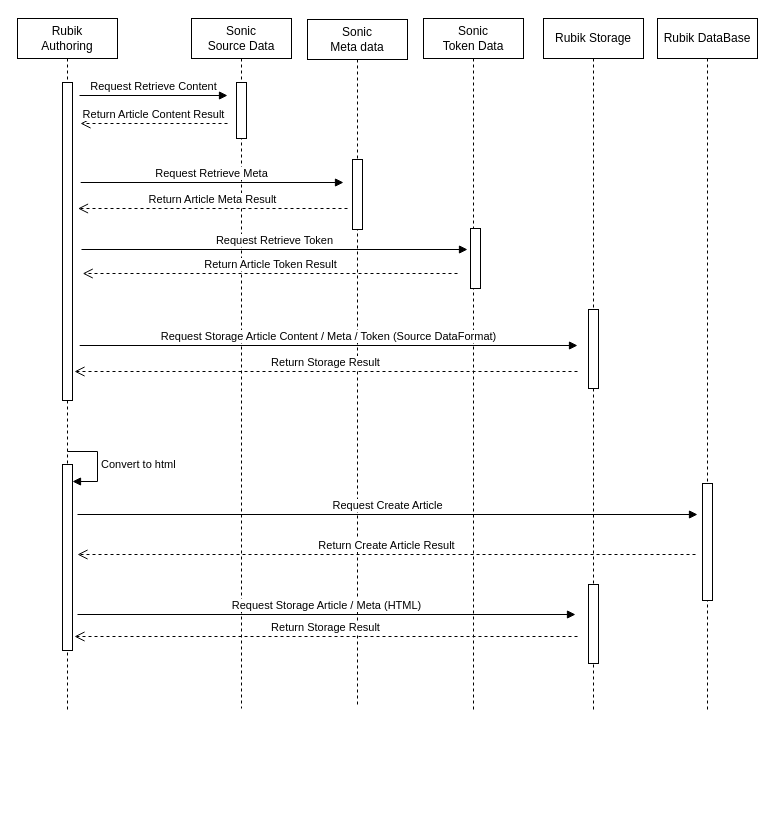
Above: page "Page-15" (15 of 16) of 2.drawio in hy986/Repo_0110 (draw.io), before the change. Source tidied: cells renumbered, new cells numbered last; positions are measured from the earlier drawing's top-left corner, leaving out a move shared by most shapes. Both pictures are drawn from the tidied source at 100%, with x=0, y=0 at pixel (17, 18).
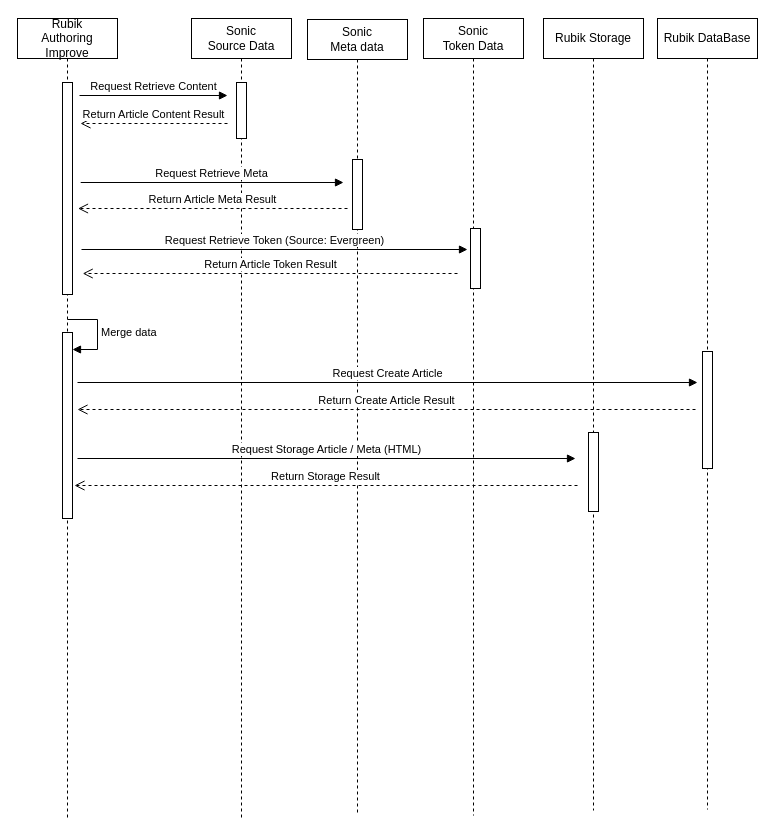
The same page after the edit.

What changed in the source:
```diff
@@
-    <mxCell id="2" value="Rubik&lt;br&gt;Authoring" style="shape=umlLifeline;perimeter=lifelinePerimeter;whiteSpace=wrap;html=1;newEdgeStyle={&quot;edgeStyle&quot;:&quot;elbowEdgeStyle&quot;,&quot;elbow&quot;:&quot;vertical&quot;,&quot;curved&quot;:0,&quot;rounded&quot;:0};" parent="1" vertex="1">
-      <mxGeometry width="100" height="691" as="geometry" />
+    <mxCell id="2" value="Rubik&lt;br&gt;Authoring Improve" style="shape=umlLifeline;perimeter=lifelinePerimeter;whiteSpace=wrap;html=1;newEdgeStyle={&quot;edgeStyle&quot;:&quot;elbowEdgeStyle&quot;,&quot;elbow&quot;:&quot;vertical&quot;,&quot;curved&quot;:0,&quot;rounded&quot;:0};" parent="1" vertex="1">
+      <mxGeometry width="100" height="801" as="geometry" />
     </mxCell>
     <mxCell id="3" style="html=1;perimeter=orthogonalPerimeter;targetShapes=umlLifeline;newEdgeStyle={&quot;curved&quot;:0,&quot;rounded&quot;:0};" parent="2" vertex="1">
-      <mxGeometry x="45" y="64" width="10" height="318" as="geometry" />
+      <mxGeometry x="45" y="64" width="10" height="212" as="geometry" />
     </mxCell>
     <mxCell id="4" style="html=1;perimeter=orthogonalPerimeter;targetShapes=umlLifeline;newEdgeStyle={&quot;curved&quot;:0,&quot;rounded&quot;:0};" parent="2" vertex="1">
-      <mxGeometry x="45" y="446" width="10" height="186" as="geometry" />
+      <mxGeometry x="45" y="314" width="10" height="186" as="geometry" />
     </mxCell>
-    <mxCell id="5" value="Convert to html" style="html=1;align=left;spacingLeft=2;endArrow=block;rounded=0;edgeStyle=orthogonalEdgeStyle;curved=0;rounded=0;" parent="2" edge="1">
-      <mxGeometry relative="1" as="geometry">
-        <mxPoint x="50" y="433" as="sourcePoint" />
-        <mxPoint x="55" y="463" as="targetPoint" />
+    <mxCell id="5" value="Merge data" style="html=1;align=left;spacingLeft=2;endArrow=block;rounded=0;edgeStyle=orthogonalEdgeStyle;curved=0;rounded=0;" parent="2" edge="1">
+      <mxGeometry x="0.01" relative="1" as="geometry">
+        <mxPoint x="50" y="301" as="sourcePoint" />
+        <mxPoint x="55" y="331" as="targetPoint" />
         <Array as="points">
-          <mxPoint x="80" y="433" />
-          <mxPoint x="80" y="463" />
+          <mxPoint x="80" y="301" />
+          <mxPoint x="80" y="331" />
         </Array>
       </mxGeometry>
     </mxCell>
     <mxCell id="6" value="Sonic&lt;div&gt;Source Data&lt;/div&gt;" style="shape=umlLifeline;perimeter=lifelinePerimeter;whiteSpace=wrap;html=1;newEdgeStyle={&quot;edgeStyle&quot;:&quot;elbowEdgeStyle&quot;,&quot;elbow&quot;:&quot;vertical&quot;,&quot;curved&quot;:0,&quot;rounded&quot;:0};" parent="1" vertex="1">
-      <mxGeometry x="174" width="100" height="690" as="geometry" />
+      <mxGeometry x="174" width="100" height="799" as="geometry" />
     </mxCell>
@@
     <mxCell id="8" value="Sonic&lt;br&gt;Token Data" style="shape=umlLifeline;perimeter=lifelinePerimeter;whiteSpace=wrap;html=1;newEdgeStyle={&quot;edgeStyle&quot;:&quot;elbowEdgeStyle&quot;,&quot;elbow&quot;:&quot;vertical&quot;,&quot;curved&quot;:0,&quot;rounded&quot;:0};" parent="1" vertex="1">
-      <mxGeometry x="406" width="100" height="691" as="geometry" />
+      <mxGeometry x="406" width="100" height="797" as="geometry" />
     </mxCell>
@@
     <mxCell id="10" value="Rubik Storage" style="shape=umlLifeline;perimeter=lifelinePerimeter;whiteSpace=wrap;html=1;newEdgeStyle={&quot;edgeStyle&quot;:&quot;elbowEdgeStyle&quot;,&quot;elbow&quot;:&quot;vertical&quot;,&quot;curved&quot;:0,&quot;rounded&quot;:0};" parent="1" vertex="1">
-      <mxGeometry x="526" width="100" height="693" as="geometry" />
+      <mxGeometry x="526" width="100" height="792" as="geometry" />
     </mxCell>
-    <mxCell id="11" style="html=1;perimeter=orthogonalPerimeter;targetShapes=umlLifeline;newEdgeStyle={&quot;curved&quot;:0,&quot;rounded&quot;:0};" parent="10" vertex="1">
-      <mxGeometry x="45" y="291" width="10" height="79" as="geometry" />
-    </mxCell>
     <mxCell id="12" style="html=1;perimeter=orthogonalPerimeter;targetShapes=umlLifeline;newEdgeStyle={&quot;curved&quot;:0,&quot;rounded&quot;:0};" parent="10" vertex="1">
-      <mxGeometry x="45" y="566" width="10" height="79" as="geometry" />
+      <mxGeometry x="45" y="414" width="10" height="79" as="geometry" />
     </mxCell>
     <mxCell id="13" value="Sonic&lt;br&gt;Meta data" style="shape=umlLifeline;perimeter=lifelinePerimeter;whiteSpace=wrap;html=1;newEdgeStyle={&quot;edgeStyle&quot;:&quot;elbowEdgeStyle&quot;,&quot;elbow&quot;:&quot;vertical&quot;,&quot;curved&quot;:0,&quot;rounded&quot;:0};" parent="1" vertex="1">
-      <mxGeometry x="290" y="1" width="100" height="687" as="geometry" />
+      <mxGeometry x="290" y="1" width="100" height="796" as="geometry" />
     </mxCell>
@@
-    <mxCell id="18" value="Request Retrieve Token" style="html=1;verticalAlign=bottom;endArrow=block;curved=0;rounded=0;" parent="1" edge="1">
+    <mxCell id="18" value="Request Retrieve Token (Source: Evergreen)" style="html=1;verticalAlign=bottom;endArrow=block;curved=0;rounded=0;" parent="1" edge="1">
       <mxGeometry relative="1" as="geometry">
         <mxPoint x="64" y="231" as="sourcePoint" />
         <mxPoint x="450" y="231" as="targetPoint" />
       </mxGeometry>
     </mxCell>
@@
-    <mxCell id="21" value="Request Storage Article Content / Meta / Token (Source DataFormat)" style="html=1;verticalAlign=bottom;endArrow=block;curved=0;rounded=0;" parent="1" edge="1">
-      <mxGeometry relative="1" as="geometry">
-        <mxPoint x="62.2" y="327" as="sourcePoint" />
-        <mxPoint x="560" y="327" as="targetPoint" />
-      </mxGeometry>
-    </mxCell>
-    <mxCell id="22" value="Return Storage Result" style="html=1;verticalAlign=bottom;endArrow=open;dashed=1;endSize=8;curved=0;rounded=0;" parent="1" edge="1">
-      <mxGeometry relative="1" as="geometry">
-        <mxPoint x="560" y="353" as="sourcePoint" />
-        <mxPoint x="57" y="353" as="targetPoint" />
-      </mxGeometry>
-    </mxCell>
     <mxCell id="23" value="Rubik DataBase" style="shape=umlLifeline;perimeter=lifelinePerimeter;whiteSpace=wrap;html=1;newEdgeStyle={&quot;edgeStyle&quot;:&quot;elbowEdgeStyle&quot;,&quot;elbow&quot;:&quot;vertical&quot;,&quot;curved&quot;:0,&quot;rounded&quot;:0};" parent="1" vertex="1">
-      <mxGeometry x="640" width="100" height="693" as="geometry" />
+      <mxGeometry x="640" width="100" height="791" as="geometry" />
     </mxCell>
     <mxCell id="24" style="html=1;perimeter=orthogonalPerimeter;targetShapes=umlLifeline;newEdgeStyle={&quot;curved&quot;:0,&quot;rounded&quot;:0};" parent="23" vertex="1">
-      <mxGeometry x="45" y="465" width="10" height="117" as="geometry" />
+      <mxGeometry x="45" y="333" width="10" height="117" as="geometry" />
     </mxCell>
     <mxCell id="25" value="Request Create Article" style="html=1;verticalAlign=bottom;endArrow=block;curved=0;rounded=0;" parent="1" edge="1">
       <mxGeometry relative="1" as="geometry">
-        <mxPoint x="60" y="496" as="sourcePoint" />
-        <mxPoint x="680" y="496" as="targetPoint" />
+        <mxPoint x="60" y="364" as="sourcePoint" />
+        <mxPoint x="680" y="364" as="targetPoint" />
       </mxGeometry>
     </mxCell>
     <mxCell id="26" value="Return Create Article Result" style="html=1;verticalAlign=bottom;endArrow=open;dashed=1;endSize=8;curved=0;rounded=0;" parent="1" edge="1">
       <mxGeometry relative="1" as="geometry">
-        <mxPoint x="678" y="536" as="sourcePoint" />
-        <mxPoint x="60" y="536" as="targetPoint" />
+        <mxPoint x="678" y="391" as="sourcePoint" />
+        <mxPoint x="60" y="391" as="targetPoint" />
       </mxGeometry>
     </mxCell>
     <mxCell id="27" value="Request Storage Article / Meta (HTML)" style="html=1;verticalAlign=bottom;endArrow=block;curved=0;rounded=0;" parent="1" edge="1">
       <mxGeometry relative="1" as="geometry">
-        <mxPoint x="60" y="596" as="sourcePoint" />
-        <mxPoint x="558" y="596" as="targetPoint" />
+        <mxPoint x="60" y="440" as="sourcePoint" />
+        <mxPoint x="558" y="440" as="targetPoint" />
       </mxGeometry>
     </mxCell>
     <mxCell id="28" value="Return Storage Result" style="html=1;verticalAlign=bottom;endArrow=open;dashed=1;endSize=8;curved=0;rounded=0;" parent="1" edge="1">
       <mxGeometry relative="1" as="geometry">
-        <mxPoint x="560" y="618" as="sourcePoint" />
-        <mxPoint x="57" y="618" as="targetPoint" />
+        <mxPoint x="560" y="467" as="sourcePoint" />
+        <mxPoint x="57" y="467" as="targetPoint" />
       </mxGeometry>
     </mxCell>
```
